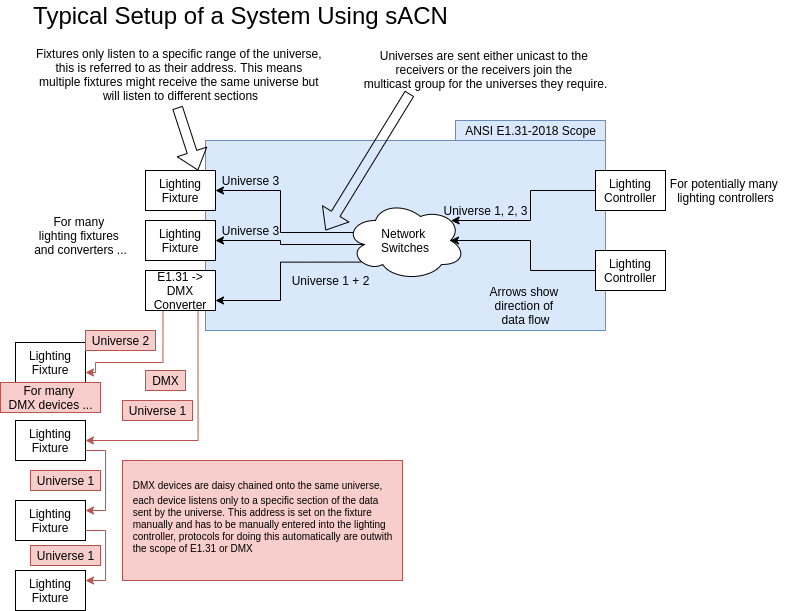
This is documentation/CS4099/Report/CS4099-Expected-Usage.png from RustLight/sacn, a draw.io export, as it was before one commit. Source tidied: cells renumbered, new cells last; positions are measured from the earlier drawing's top-left corner, leaving out a move shared by most shapes.
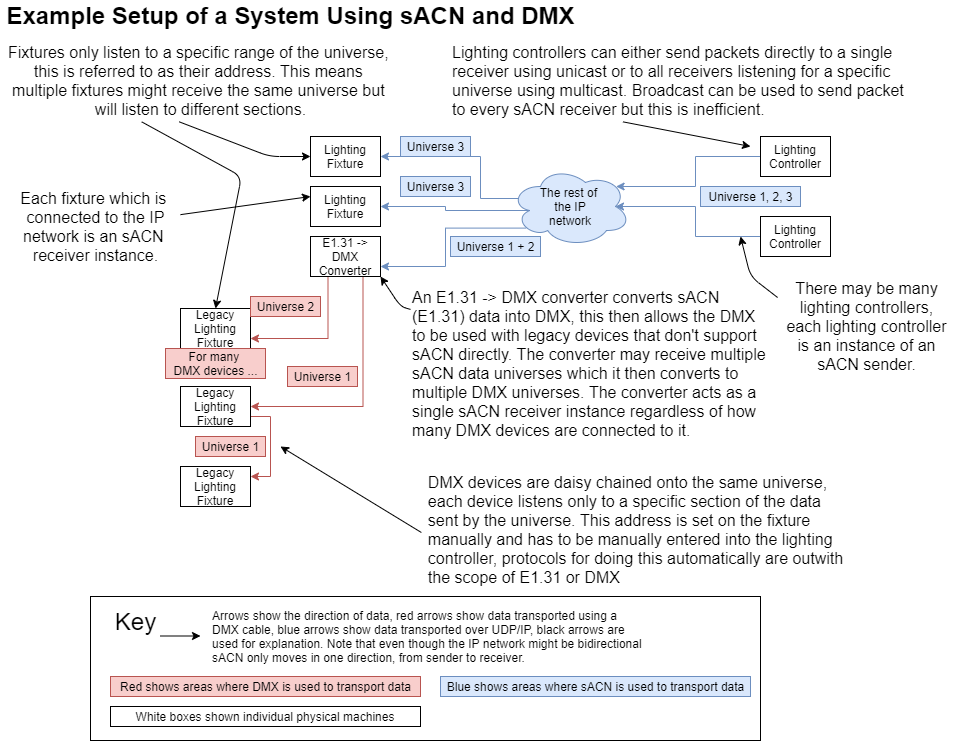
The same diagram one commit later.

Commit message:
Updated expected usage diagram

Change to the diagram source:
```diff
@@ -2,9 +2,9 @@
   <root>
     <mxCell id="0" />
     <mxCell id="1" parent="0" />
-    <mxCell id="2" style="rounded=0;whiteSpace=wrap;html=1;fillColor=#dae8fc;strokeColor=#6c8ebf;" parent="1" vertex="1">
-      <mxGeometry x="205" y="140" width="400" height="190" as="geometry" />
-    </mxCell>
+    <mxCell id="42" style="rounded=0;whiteSpace=wrap;html=1;fontSize=16;align=left;" parent="1" vertex="1">
+      <mxGeometry x="-75" y="630" width="670" height="144" as="geometry" />
+    </mxCell>
     <mxCell id="3" value="Lighting Fixture" style="rounded=0;whiteSpace=wrap;html=1;" parent="1" vertex="1">
       <mxGeometry x="145" y="170" width="70" height="40" as="geometry" />
     </mxCell>
@@ -21,65 +21,59 @@
     <mxCell id="6" style="edgeStyle=orthogonalEdgeStyle;rounded=0;jettySize=auto;html=1;exitX=0.25;exitY=1;exitDx=0;exitDy=0;entryX=1;entryY=0.75;entryDx=0;entryDy=0;fillColor=#f8cecc;strokeColor=#b85450;" parent="1" edge="1" source="7" target="17">
       <mxGeometry relative="1" as="geometry">
         <Array as="points">
-          <mxPoint x="163" y="362" />
-          <mxPoint x="95" y="362" />
-          <mxPoint x="95" y="372" />
+          <mxPoint x="163" y="372" />
         </Array>
       </mxGeometry>
     </mxCell>
     <mxCell id="7" value="E1.31 -&amp;gt; DMX Converter" style="rounded=0;whiteSpace=wrap;html=1;" parent="1" vertex="1">
       <mxGeometry x="145" y="270" width="70" height="40" as="geometry" />
     </mxCell>
-    <mxCell id="8" style="edgeStyle=orthogonalEdgeStyle;rounded=0;jettySize=auto;html=1;exitX=0;exitY=0.5;exitDx=0;exitDy=0;entryX=0.88;entryY=0.25;entryDx=0;entryDy=0;entryPerimeter=0;" parent="1" edge="1" source="9" target="15">
+    <mxCell id="8" style="edgeStyle=orthogonalEdgeStyle;rounded=0;jettySize=auto;html=1;exitX=0;exitY=0.5;exitDx=0;exitDy=0;entryX=0.88;entryY=0.25;entryDx=0;entryDy=0;entryPerimeter=0;fillColor=#dae8fc;strokeColor=#6c8ebf;" parent="1" edge="1" source="9" target="15">
       <mxGeometry relative="1" as="geometry" />
     </mxCell>
     <mxCell id="9" value="Lighting Controller" style="rounded=0;whiteSpace=wrap;html=1;" parent="1" vertex="1">
       <mxGeometry x="595" y="170" width="70" height="40" as="geometry" />
     </mxCell>
-    <mxCell id="10" style="edgeStyle=orthogonalEdgeStyle;rounded=0;jettySize=auto;html=1;exitX=0;exitY=0.5;exitDx=0;exitDy=0;entryX=0.875;entryY=0.5;entryDx=0;entryDy=0;entryPerimeter=0;" parent="1" edge="1" source="11" target="15">
+    <mxCell id="10" style="edgeStyle=orthogonalEdgeStyle;rounded=0;jettySize=auto;html=1;exitX=0;exitY=0.5;exitDx=0;exitDy=0;entryX=0.875;entryY=0.5;entryDx=0;entryDy=0;entryPerimeter=0;fillColor=#dae8fc;strokeColor=#6c8ebf;" parent="1" edge="1" source="11" target="15">
       <mxGeometry relative="1" as="geometry" />
     </mxCell>
     <mxCell id="11" value="Lighting Controller" style="rounded=0;whiteSpace=wrap;html=1;" parent="1" vertex="1">
       <mxGeometry x="595" y="250" width="70" height="40" as="geometry" />
     </mxCell>
-    <mxCell id="12" style="edgeStyle=orthogonalEdgeStyle;rounded=0;jettySize=auto;html=1;exitX=0.16;exitY=0.55;exitDx=0;exitDy=0;exitPerimeter=0;entryX=1;entryY=0.5;entryDx=0;entryDy=0;" parent="1" edge="1" source="15" target="4">
+    <mxCell id="12" style="edgeStyle=orthogonalEdgeStyle;rounded=0;jettySize=auto;html=1;exitX=0.16;exitY=0.55;exitDx=0;exitDy=0;exitPerimeter=0;entryX=1;entryY=0.5;entryDx=0;entryDy=0;fillColor=#dae8fc;strokeColor=#6c8ebf;" parent="1" edge="1" source="15" target="4">
       <mxGeometry relative="1" as="geometry" />
     </mxCell>
-    <mxCell id="13" style="edgeStyle=orthogonalEdgeStyle;rounded=0;jettySize=auto;html=1;exitX=0.13;exitY=0.77;exitDx=0;exitDy=0;exitPerimeter=0;entryX=1;entryY=0.75;entryDx=0;entryDy=0;" parent="1" edge="1" source="15" target="7">
+    <mxCell id="13" style="edgeStyle=orthogonalEdgeStyle;rounded=0;jettySize=auto;html=1;exitX=0.13;exitY=0.77;exitDx=0;exitDy=0;exitPerimeter=0;entryX=1;entryY=0.75;entryDx=0;entryDy=0;fillColor=#dae8fc;strokeColor=#6c8ebf;" parent="1" edge="1" source="15" target="7">
       <mxGeometry relative="1" as="geometry" />
     </mxCell>
-    <mxCell id="14" style="edgeStyle=orthogonalEdgeStyle;rounded=0;jettySize=auto;html=1;exitX=0.07;exitY=0.4;exitDx=0;exitDy=0;exitPerimeter=0;entryX=1;entryY=0.5;entryDx=0;entryDy=0;" parent="1" edge="1" source="15" target="3">
-      <mxGeometry relative="1" as="geometry" />
+    <mxCell id="14" style="edgeStyle=orthogonalEdgeStyle;rounded=0;jettySize=auto;html=1;exitX=0.07;exitY=0.4;exitDx=0;exitDy=0;exitPerimeter=0;entryX=1;entryY=0.5;entryDx=0;entryDy=0;fillColor=#dae8fc;strokeColor=#6c8ebf;" parent="1" edge="1" source="15" target="3">
+      <mxGeometry relative="1" as="geometry">
+        <Array as="points">
+          <mxPoint x="315" y="232" />
+          <mxPoint x="315" y="190" />
+        </Array>
+      </mxGeometry>
     </mxCell>
-    <mxCell id="15" value="Network &lt;br&gt;Switches" style="ellipse;shape=cloud;whiteSpace=wrap;html=1;" parent="1" vertex="1">
+    <mxCell id="15" value="The rest of &lt;br&gt;the IP&lt;br&gt;network" style="ellipse;shape=cloud;whiteSpace=wrap;html=1;fillColor=#dae8fc;strokeColor=#6c8ebf;" parent="1" vertex="1">
       <mxGeometry x="345" y="200" width="120" height="80" as="geometry" />
     </mxCell>
-    <mxCell id="16" value="Arrows show &lt;br&gt;direction of &lt;br&gt;data flow" style="text;html=1;align=center;verticalAlign=middle;" parent="1" vertex="1">
-      <mxGeometry x="485" y="280" width="80" height="50" as="geometry" />
+    <mxCell id="16" value="Arrows show the direction of data, red arrows show data transported using a &lt;br&gt;DMX cable, blue arrows show data transported over UDP/IP, black arrows are &lt;br&gt;used for explanation. Note that even though the IP network might be bidirectional&lt;br&gt;sACN only moves in one direction, from sender to receiver." style="text;html=1;align=left;verticalAlign=middle;" parent="1" vertex="1">
+      <mxGeometry x="45" y="640" width="440" height="60" as="geometry" />
     </mxCell>
-    <mxCell id="17" value="Lighting Fixture" style="rounded=0;whiteSpace=wrap;html=1;" parent="1" vertex="1">
+    <mxCell id="17" value="Legacy&lt;br&gt;Lighting Fixture" style="rounded=0;whiteSpace=wrap;html=1;" parent="1" vertex="1">
       <mxGeometry x="15" y="342" width="70" height="40" as="geometry" />
     </mxCell>
     <mxCell id="18" style="edgeStyle=orthogonalEdgeStyle;rounded=0;jettySize=auto;html=1;exitX=1;exitY=0.75;exitDx=0;exitDy=0;entryX=1;entryY=0.25;entryDx=0;entryDy=0;fontSize=24;fillColor=#f8cecc;strokeColor=#b85450;" parent="1" edge="1" source="19" target="37">
       <mxGeometry relative="1" as="geometry" />
     </mxCell>
-    <mxCell id="19" value="Lighting Fixture" style="rounded=0;whiteSpace=wrap;html=1;" parent="1" vertex="1">
+    <mxCell id="19" value="Legacy Lighting Fixture" style="rounded=0;whiteSpace=wrap;html=1;" parent="1" vertex="1">
       <mxGeometry x="15" y="420" width="70" height="40" as="geometry" />
     </mxCell>
-    <mxCell id="20" value="DMX" style="text;html=1;align=center;verticalAlign=middle;fillColor=#f8cecc;strokeColor=#b85450;" parent="1" vertex="1">
-      <mxGeometry x="145" y="370" width="40" height="20" as="geometry" />
-    </mxCell>
-    <mxCell id="21" value="For many &lt;br&gt;lighting fixtures &lt;br&gt;and converters ..." style="text;html=1;align=center;verticalAlign=middle;" parent="1" vertex="1">
-      <mxGeometry x="25" y="210" width="110" height="50" as="geometry" />
-    </mxCell>
     <mxCell id="22" value="For many &lt;br&gt;DMX devices ..." style="text;html=1;align=center;verticalAlign=middle;fillColor=#f8cecc;strokeColor=#b85450;" parent="1" vertex="1">
       <mxGeometry y="382" width="100" height="30" as="geometry" />
     </mxCell>
-    <mxCell id="23" value="ANSI E1.31-2018 Scope" style="text;html=1;align=center;verticalAlign=middle;fillColor=#dae8fc;strokeColor=#6c8ebf;" parent="1" vertex="1">
-      <mxGeometry x="455" y="120" width="150" height="20" as="geometry" />
-    </mxCell>
-    <mxCell id="24" value="For potentially many &lt;br&gt;lighting controllers" style="text;html=1;align=center;verticalAlign=middle;points=[];" parent="1" vertex="1">
-      <mxGeometry x="665" y="175" width="120" height="30" as="geometry" />
+    <mxCell id="24" value="There may be many&lt;br style=&quot;font-size: 16px&quot;&gt;lighting controllers,&lt;br&gt;each lighting controller&lt;br&gt;is an instance of an&lt;br&gt;sACN sender." style="text;html=1;align=center;verticalAlign=middle;points=[];fontSize=16;" parent="1" vertex="1">
+      <mxGeometry x="611" y="310" width="180" height="100" as="geometry" />
     </mxCell>
     <mxCell id="25" value="Universe 1" style="text;html=1;align=center;verticalAlign=middle;fillColor=#f8cecc;strokeColor=#b85450;" parent="1" vertex="1">
       <mxGeometry x="122" y="400" width="70" height="20" as="geometry" />
@@ -87,52 +81,101 @@
     <mxCell id="26" value="Universe 2" style="text;html=1;align=center;verticalAlign=middle;fillColor=#f8cecc;strokeColor=#b85450;" parent="1" vertex="1">
       <mxGeometry x="85" y="330" width="70" height="20" as="geometry" />
     </mxCell>
-    <mxCell id="27" value="Universe 1, 2, 3" style="text;html=1;align=center;verticalAlign=middle;" parent="1" vertex="1">
-      <mxGeometry x="435" y="200" width="100" height="20" as="geometry" />
+    <mxCell id="27" value="Universe 1, 2, 3" style="text;html=1;align=center;verticalAlign=middle;fillColor=#dae8fc;strokeColor=#6c8ebf;" parent="1" vertex="1">
+      <mxGeometry x="535" y="220" width="100" height="20" as="geometry" />
     </mxCell>
-    <mxCell id="28" value="Universe 3" style="text;html=1;align=center;verticalAlign=middle;" parent="1" vertex="1">
-      <mxGeometry x="215" y="170" width="70" height="20" as="geometry" />
+    <mxCell id="28" value="Universe 3" style="text;html=1;align=center;verticalAlign=middle;fillColor=#dae8fc;strokeColor=#6c8ebf;" parent="1" vertex="1">
+      <mxGeometry x="235" y="170" width="70" height="20" as="geometry" />
     </mxCell>
-    <mxCell id="29" value="Universe 3" style="text;html=1;align=center;verticalAlign=middle;" parent="1" vertex="1">
-      <mxGeometry x="215" y="220" width="70" height="20" as="geometry" />
+    <mxCell id="29" value="Universe 3" style="text;html=1;align=center;verticalAlign=middle;fillColor=#dae8fc;strokeColor=#6c8ebf;" parent="1" vertex="1">
+      <mxGeometry x="235" y="210" width="70" height="20" as="geometry" />
     </mxCell>
-    <mxCell id="30" value="Universe 1 + 2" style="text;html=1;align=center;verticalAlign=middle;" parent="1" vertex="1">
+    <mxCell id="30" value="Universe 1 + 2" style="text;html=1;align=center;verticalAlign=middle;fillColor=#dae8fc;strokeColor=#6c8ebf;" parent="1" vertex="1">
       <mxGeometry x="285" y="270" width="90" height="20" as="geometry" />
     </mxCell>
-    <mxCell id="31" value="Fixtures only listen to a specific range of the universe, &lt;br&gt;this is referred to as their address. This means &lt;br&gt;multiple fixtures might receive the same universe but &lt;br&gt;will listen to different sections" style="text;html=1;align=center;verticalAlign=middle;points=[];" parent="1" vertex="1">
-      <mxGeometry x="30" y="44" width="300" height="60" as="geometry" />
+    <mxCell id="31" value="Fixtures only listen to a specific range of the universe, &lt;br style=&quot;font-size: 16px&quot;&gt;this is referred to as their address. This means &lt;br style=&quot;font-size: 16px&quot;&gt;multiple fixtures might receive the same universe but &lt;br style=&quot;font-size: 16px&quot;&gt;will listen to different sections." style="text;html=1;align=center;verticalAlign=middle;points=[];fontSize=16;" parent="1" vertex="1">
+      <mxGeometry x="-165" y="74" width="400" height="80" as="geometry" />
     </mxCell>
+    <mxCell id="33" value="Lighting controllers can either send packets directly to a single&amp;nbsp;&lt;br style=&quot;font-size: 16px;&quot;&gt;receiver using unicast or to all receivers listening for a specific&amp;nbsp;&lt;br style=&quot;font-size: 16px;&quot;&gt;universe using multicast. Broadcast can be used to send packet&amp;nbsp;&lt;br style=&quot;font-size: 16px;&quot;&gt;to every sACN receiver but this is inefficient." style="text;html=1;align=left;verticalAlign=middle;points=[];fontSize=16;" parent="1" vertex="1">
+      <mxGeometry x="285" y="74" width="470" height="80" as="geometry" />
+    </mxCell>
+    <mxCell id="35" value="Example Setup of a System Using sACN and DMX" style="text;html=1;align=center;verticalAlign=middle;fontSize=24;fontStyle=1;" parent="1" vertex="1">
+      <mxGeometry x="-165" y="34" width="580" height="30" as="geometry" />
+    </mxCell>
+    <mxCell id="37" value="Legacy Lighting Fixture" style="rounded=0;whiteSpace=wrap;html=1;" parent="1" vertex="1">
+      <mxGeometry x="15" y="500" width="70" height="40" as="geometry" />
+    </mxCell>
+    <mxCell id="39" value="&lt;div style=&quot;text-align: left; font-size: 16px;&quot;&gt;&lt;font style=&quot;font-size: 16px;&quot;&gt;DMX devices are daisy chained onto the same universe,&amp;nbsp;&lt;/font&gt;&lt;/div&gt;&lt;font style=&quot;font-size: 16px;&quot;&gt;&lt;div style=&quot;text-align: left; font-size: 16px;&quot;&gt;&lt;span style=&quot;font-size: 16px;&quot;&gt;each device listens only to a specific section of the data&lt;/span&gt;&lt;/div&gt;&lt;div style=&quot;text-align: left; font-size: 16px;&quot;&gt;&lt;span style=&quot;font-size: 16px;&quot;&gt;sent by the universe. This address is set on the fixture&amp;nbsp;&lt;/span&gt;&lt;/div&gt;&lt;div style=&quot;text-align: left; font-size: 16px;&quot;&gt;&lt;span style=&quot;font-size: 16px;&quot;&gt;manually and has to be manually entered into the lighting&lt;/span&gt;&lt;/div&gt;&lt;div style=&quot;text-align: left; font-size: 16px;&quot;&gt;&lt;span style=&quot;font-size: 16px;&quot;&gt;controller, protocols for doing this automatically are outwith&lt;/span&gt;&lt;/div&gt;&lt;div style=&quot;text-align: left; font-size: 16px;&quot;&gt;&lt;span style=&quot;font-size: 16px;&quot;&gt;the scope of E1.31 or DMX&lt;/span&gt;&lt;/div&gt;&lt;/font&gt;" style="text;html=1;align=center;verticalAlign=top;points=[];fontSize=16;" parent="1" vertex="1">
+      <mxGeometry x="255" y="500" width="430" height="120" as="geometry" />
+    </mxCell>
+    <mxCell id="41" value="Universe 1" style="text;html=1;align=center;verticalAlign=middle;fillColor=#f8cecc;strokeColor=#b85450;" parent="1" vertex="1">
+      <mxGeometry x="30" y="470" width="70" height="20" as="geometry" />
+    </mxCell>
+    <mxCell id="43" value="Key" style="text;html=1;align=center;verticalAlign=middle;fontSize=24;" parent="1" vertex="1">
+      <mxGeometry x="-60" y="640" width="60" height="30" as="geometry" />
+    </mxCell>
+    <mxCell id="44" value="Red shows areas where DMX is used to transport data" style="text;html=1;align=center;verticalAlign=middle;fillColor=#f8cecc;strokeColor=#b85450;" parent="1" vertex="1">
+      <mxGeometry x="-55" y="710" width="310" height="20" as="geometry" />
+    </mxCell>
+    <mxCell id="45" value="Blue shows areas where sACN is used to transport data" style="text;html=1;align=center;verticalAlign=middle;fillColor=#dae8fc;strokeColor=#6c8ebf;" parent="1" vertex="1">
+      <mxGeometry x="275" y="710" width="310" height="20" as="geometry" />
+    </mxCell>
+    <mxCell id="46" value="White boxes shown individual physical machines" style="rounded=0;whiteSpace=wrap;html=1;fontSize=12;" parent="1" vertex="1">
+      <mxGeometry x="-55" y="740" width="310" height="20" as="geometry" />
+    </mxCell>
+    <mxCell id="47" style="endArrow=classic;html=1;fontSize=16;" parent="1" edge="1">
+      <mxGeometry relative="1" as="geometry">
+        <mxPoint x="-5" y="669.5" as="sourcePoint" />
+        <mxPoint x="35" y="669.5" as="targetPoint" />
+      </mxGeometry>
+    </mxCell>
-    <mxCell id="32" style="shape=flexArrow;endArrow=classic;html=1;entryX=0.75;entryY=0;entryDx=0;entryDy=0;exitX=0.49;exitY=1.05;exitDx=0;exitDy=0;exitPerimeter=0;" parent="1" edge="1" source="31" target="3">
-      <mxGeometry relative="1" as="geometry" />
+    <mxCell id="32" style="endArrow=classic;html=1;fontSize=16;exitX=0.447;exitY=1.017;exitDx=0;exitDy=0;exitPerimeter=0;entryX=0;entryY=0.5;entryDx=0;entryDy=0;" parent="1" edge="1" source="31" target="3">
+      <mxGeometry relative="1" as="geometry">
+        <Array as="points">
+          <mxPoint x="104" y="190" />
+        </Array>
+      </mxGeometry>
     </mxCell>
-    <mxCell id="33" value="Universes are sent either unicast to the &lt;br&gt;receivers or the receivers join the &lt;br&gt;multicast group for the universes they require." style="text;html=1;align=center;verticalAlign=middle;points=[];" parent="1" vertex="1">
-      <mxGeometry x="355" y="44" width="260" height="50" as="geometry" />
-    </mxCell>
-    <mxCell id="34" style="shape=flexArrow;endArrow=classic;html=1;exitX=0.208;exitY=0.98;exitDx=0;exitDy=0;exitPerimeter=0;" parent="1" edge="1" source="33">
-      <mxGeometry relative="1" as="geometry">
-        <mxPoint x="325" y="230" as="targetPoint" />
-      </mxGeometry>
-    </mxCell>
-    <mxCell id="35" value="Typical Setup of a System Using sACN" style="text;html=1;align=center;verticalAlign=middle;fontSize=24;" parent="1" vertex="1">
-      <mxGeometry x="25" width="430" height="30" as="geometry" />
-    </mxCell>
-    <mxCell id="36" style="edgeStyle=orthogonalEdgeStyle;rounded=0;jettySize=auto;html=1;exitX=1;exitY=0.75;exitDx=0;exitDy=0;entryX=1;entryY=0.25;entryDx=0;entryDy=0;fontSize=24;fillColor=#f8cecc;strokeColor=#b85450;" parent="1" edge="1" source="37" target="38">
-      <mxGeometry relative="1" as="geometry" />
-    </mxCell>
-    <mxCell id="37" value="Lighting Fixture" style="rounded=0;whiteSpace=wrap;html=1;" parent="1" vertex="1">
-      <mxGeometry x="15" y="500" width="70" height="40" as="geometry" />
-    </mxCell>
-    <mxCell id="38" value="Lighting Fixture" style="rounded=0;whiteSpace=wrap;html=1;" parent="1" vertex="1">
-      <mxGeometry x="15" y="570" width="70" height="40" as="geometry" />
-    </mxCell>
-    <mxCell id="39" value="&lt;div style=&quot;text-align: left&quot;&gt;&lt;span style=&quot;font-size: x-small&quot;&gt;DMX devices are daisy chained onto the same universe,&amp;nbsp;&lt;/span&gt;&lt;/div&gt;&lt;font size=&quot;1&quot;&gt;&lt;div style=&quot;text-align: left&quot;&gt;&lt;span&gt;each device listens only to a specific section of the data&lt;/span&gt;&lt;/div&gt;&lt;div style=&quot;text-align: left&quot;&gt;&lt;span&gt;sent by the universe. This address is set on the fixture&amp;nbsp;&lt;/span&gt;&lt;/div&gt;&lt;div style=&quot;text-align: left&quot;&gt;&lt;span&gt;manually and has to be manually entered into the lighting&lt;/span&gt;&lt;/div&gt;&lt;div style=&quot;text-align: left&quot;&gt;&lt;span&gt;controller, protocols for doing this automatically are outwith&lt;/span&gt;&lt;/div&gt;&lt;div style=&quot;text-align: left&quot;&gt;&lt;span&gt;the scope of E1.31 or DMX&lt;/span&gt;&lt;/div&gt;&lt;/font&gt;" style="text;html=1;align=center;verticalAlign=top;points=[];fontSize=24;fillColor=#f8cecc;strokeColor=#b85450;" parent="1" vertex="1">
-      <mxGeometry x="122" y="460" width="280" height="120" as="geometry" />
-    </mxCell>
-    <mxCell id="40" value="Universe 1" style="text;html=1;align=center;verticalAlign=middle;fillColor=#f8cecc;strokeColor=#b85450;" parent="1" vertex="1">
-      <mxGeometry x="30" y="545" width="70" height="20" as="geometry" />
-    </mxCell>
-    <mxCell id="41" value="Universe 1" style="text;html=1;align=center;verticalAlign=middle;fillColor=#f8cecc;strokeColor=#b85450;" parent="1" vertex="1">
-      <mxGeometry x="30" y="470" width="70" height="20" as="geometry" />
-    </mxCell>
+    <mxCell id="48" style="endArrow=classic;html=1;fontSize=16;exitX=0.353;exitY=1.017;exitDx=0;exitDy=0;exitPerimeter=0;entryX=0.5;entryY=0;entryDx=0;entryDy=0;" parent="1" edge="1" source="31" target="17">
+      <mxGeometry relative="1" as="geometry">
+        <Array as="points">
+          <mxPoint x="76" y="210" />
+        </Array>
+      </mxGeometry>
+    </mxCell>
+    <mxCell id="49" style="endArrow=classic;html=1;fontSize=16;exitX=0.002;exitY=0.55;exitDx=0;exitDy=0;exitPerimeter=0;" parent="1" edge="1" source="39">
+      <mxGeometry relative="1" as="geometry">
+        <mxPoint x="115" y="480" as="targetPoint" />
+      </mxGeometry>
+    </mxCell>
+    <mxCell id="50" style="endArrow=classic;html=1;fontSize=16;exitX=0.367;exitY=1.017;exitDx=0;exitDy=0;exitPerimeter=0;" parent="1" edge="1" source="33">
+      <mxGeometry relative="1" as="geometry">
+        <mxPoint x="585" y="180" as="targetPoint" />
+      </mxGeometry>
+    </mxCell>
+    <mxCell id="51" value="An E1.31 -&amp;gt; DMX converter converts sACN &lt;br&gt;(E1.31) data into DMX, this then allows the DMX&lt;br&gt;to be used with legacy devices that don't support &lt;br&gt;sACN directly. The converter may receive multiple &lt;br&gt;sACN data universes which it then converts to&lt;br&gt;multiple DMX universes. The converter acts&amp;nbsp;as a &lt;br&gt;single sACN receiver instance regardless of how &lt;br&gt;many DMX devices are connected to it." style="text;html=1;align=left;verticalAlign=middle;points=[];fontSize=16;" parent="1" vertex="1">
+      <mxGeometry x="245" y="317" width="370" height="160" as="geometry" />
+    </mxCell>
+    <mxCell id="52" style="endArrow=classic;html=1;fontSize=16;exitX=0.006;exitY=0.21;exitDx=0;exitDy=0;exitPerimeter=0;" parent="1" edge="1" source="24">
+      <mxGeometry relative="1" as="geometry">
+        <mxPoint x="575" y="270" as="targetPoint" />
+        <Array as="points">
+          <mxPoint x="585" y="310" />
+        </Array>
+      </mxGeometry>
+    </mxCell>
+    <mxCell id="53" style="endArrow=classic;html=1;fontSize=16;entryX=1;entryY=1;entryDx=0;entryDy=0;" parent="1" edge="1" source="51" target="7">
+      <mxGeometry relative="1" as="geometry">
+        <Array as="points">
+          <mxPoint x="235" y="340" />
+        </Array>
+      </mxGeometry>
+    </mxCell>
+    <mxCell id="54" value="Each fixture which is&amp;nbsp;&lt;br&gt;connected to the IP&lt;br&gt;network is an sACN &lt;br&gt;receiver instance." style="text;html=1;align=center;verticalAlign=middle;points=[];fontSize=16;" parent="1" vertex="1">
+      <mxGeometry x="-155" y="220" width="170" height="80" as="geometry" />
+    </mxCell>
+    <mxCell id="55" style="endArrow=classic;html=1;fontSize=16;entryX=0;entryY=0.25;entryDx=0;entryDy=0;" parent="1" edge="1" source="54" target="4">
+      <mxGeometry relative="1" as="geometry" />
+    </mxCell>
   </root>
 </mxGraphModel>
```
